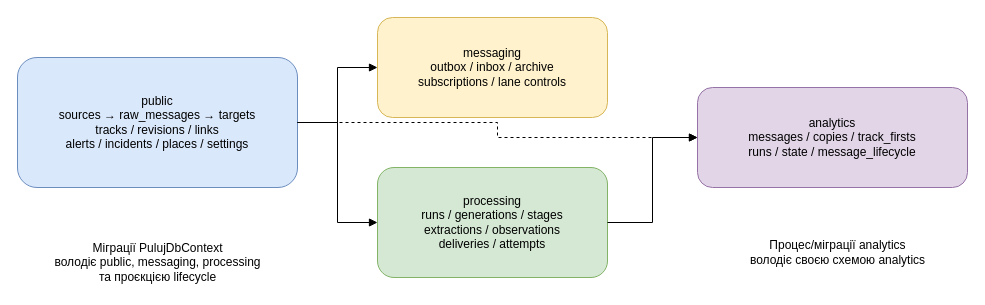
This is docs/diagrams/database-ownership.drawio from sql-monk/Puluj-g, a draw.io file, before an edit. Source tidied: cells renumbered, new cells numbered last; positions are measured from the earlier drawing's top-left corner, leaving out a move shared by most shapes. Both pictures are drawn from the tidied source at 100%, with x=0, y=0 at pixel (17, 17).
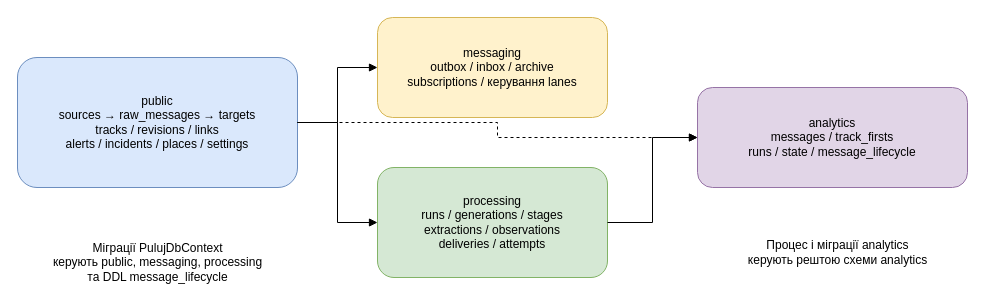
After the change.

Commit message (it also covers changes not shown here):
docs: remove retired copy analytics contracts

Change to the diagram source:
```diff
@@
 <mxGraphModel>
   <root>
     <mxCell id="0" />
     <mxCell id="1" parent="0" />
     <mxCell id="2" value="public&#10;sources → raw_messages → targets&#10;tracks / revisions / links&#10;alerts / incidents / places / settings" style="rounded=1;whiteSpace=wrap;html=1;fillColor=#dae8fc;strokeColor=#6c8ebf;" parent="1" vertex="1">
       <mxGeometry y="40" width="280" height="130" as="geometry" />
     </mxCell>
-    <mxCell id="3" value="messaging&#10;outbox / inbox / archive&#10;subscriptions / lane controls" style="rounded=1;whiteSpace=wrap;html=1;fillColor=#fff2cc;strokeColor=#d6b656;" parent="1" vertex="1">
+    <mxCell id="3" value="messaging&#10;outbox / inbox / archive&#10;subscriptions / керування lanes" style="rounded=1;whiteSpace=wrap;html=1;fillColor=#fff2cc;strokeColor=#d6b656;" parent="1" vertex="1">
       <mxGeometry x="360" width="230" height="100" as="geometry" />
     </mxCell>
     <mxCell id="4" value="processing&#10;runs / generations / stages&#10;extractions / observations&#10;deliveries / attempts" style="rounded=1;whiteSpace=wrap;html=1;fillColor=#d5e8d4;strokeColor=#82b366;" parent="1" vertex="1">
       <mxGeometry x="360" y="150" width="230" height="110" as="geometry" />
     </mxCell>
-    <mxCell id="5" value="analytics&#10;messages / copies / track_firsts&#10;runs / state / message_lifecycle" style="rounded=1;whiteSpace=wrap;html=1;fillColor=#e1d5e7;strokeColor=#9673a6;" parent="1" vertex="1">
+    <mxCell id="5" value="analytics&#10;messages / track_firsts&#10;runs / state / message_lifecycle" style="rounded=1;whiteSpace=wrap;html=1;fillColor=#e1d5e7;strokeColor=#9673a6;" parent="1" vertex="1">
       <mxGeometry x="680" y="70" width="270" height="100" as="geometry" />
     </mxCell>
-    <mxCell id="6" value="Міграції PulujDbContext&#10;володіє public, messaging, processing&#10;та проєкцією lifecycle" style="text;html=1;align=center;verticalAlign=middle;" parent="1" vertex="1">
+    <mxCell id="6" value="Міграції PulujDbContext&#10;керують public, messaging, processing&#10;та DDL message_lifecycle" style="text;html=1;align=center;verticalAlign=middle;" parent="1" vertex="1">
       <mxGeometry x="20" y="220" width="240" height="50" as="geometry" />
     </mxCell>
-    <mxCell id="7" value="Процес/міграції analytics&#10;володіє своєю схемою analytics" style="text;html=1;align=center;verticalAlign=middle;" parent="1" vertex="1">
+    <mxCell id="7" value="Процес і міграції analytics&#10;керують рештою схеми analytics" style="text;html=1;align=center;verticalAlign=middle;" parent="1" vertex="1">
       <mxGeometry x="700" y="210" width="240" height="50" as="geometry" />
     </mxCell>
     <mxCell id="8" style="edgeStyle=orthogonalEdgeStyle;rounded=0;endArrow=block;html=1;" parent="1" edge="1" source="2" target="3">
       <mxGeometry relative="1" as="geometry" />
     </mxCell>
     <mxCell id="9" style="edgeStyle=orthogonalEdgeStyle;rounded=0;endArrow=block;html=1;" parent="1" edge="1" source="2" target="4">
       <mxGeometry relative="1" as="geometry" />
     </mxCell>
     <mxCell id="10" style="edgeStyle=orthogonalEdgeStyle;rounded=0;endArrow=block;html=1;" parent="1" edge="1" source="4" target="5">
       <mxGeometry relative="1" as="geometry" />
     </mxCell>
     <mxCell id="11" style="edgeStyle=orthogonalEdgeStyle;rounded=0;endArrow=block;html=1;dashed=1;" parent="1" edge="1" source="2" target="5">
       <mxGeometry relative="1" as="geometry" />
     </mxCell>
   </root>
 </mxGraphModel>
```
